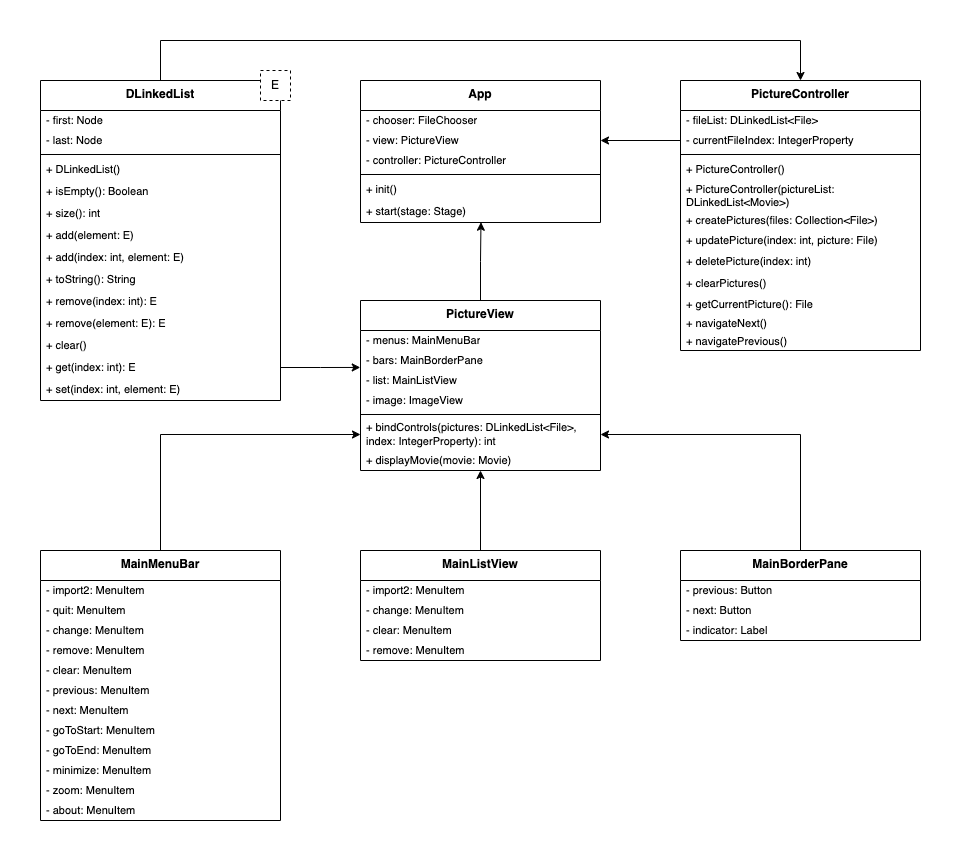
Before: assignments/hw7/diagram1.png, a diagram exported from draw.io (hanggrian/IIT-ITM510). Source tidied: cells renumbered, new cells last; positions are measured from the earlier drawing's top-left corner, leaving out a move shared by most shapes.
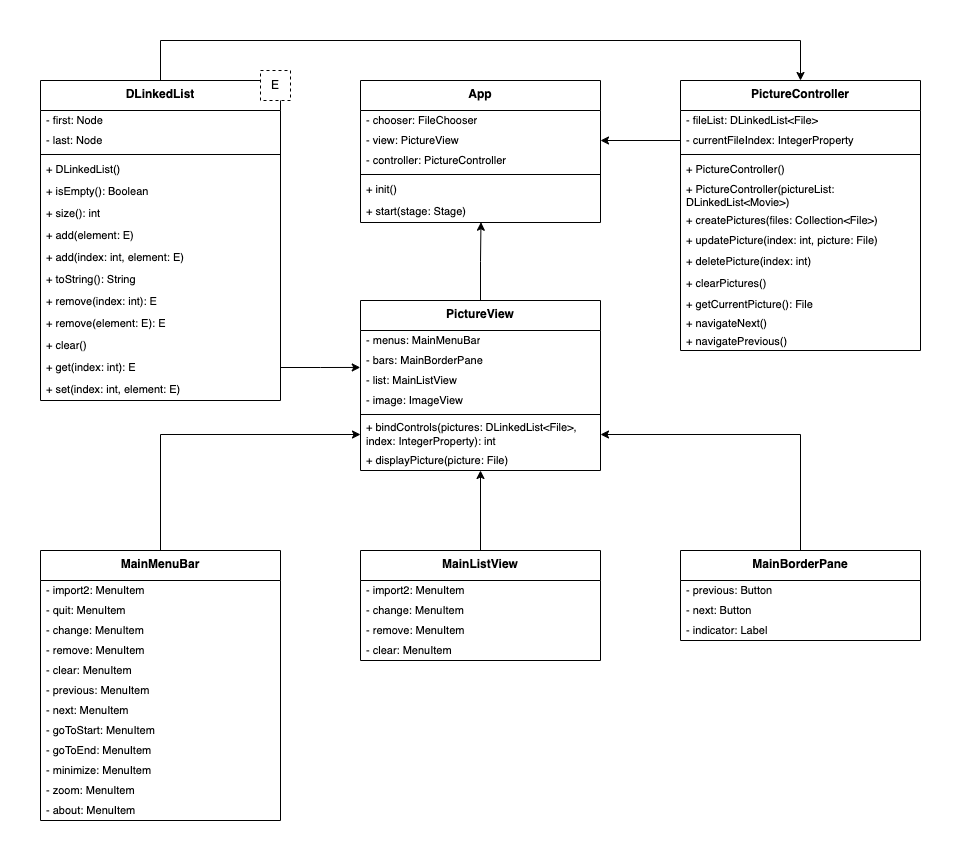
After the commit.

Commit message:
Fix function parameter names

Change to the diagram source:
```diff
@@ -62,7 +62,7 @@
     <mxCell id="21" value="+&amp;nbsp;bindControls(pictures: DLinkedList&amp;lt;File&amp;gt;, index: IntegerProperty): int" style="text;strokeColor=none;fillColor=none;align=left;verticalAlign=middle;spacingLeft=4;spacingRight=4;overflow=hidden;points=[[0,0.5],[1,0.5]];portConstraint=eastwest;whiteSpace=wrap;html=1;fontSize=11;" parent="15" vertex="1">
       <mxGeometry y="118" width="240" height="32" as="geometry" />
     </mxCell>
-    <mxCell id="22" value="+&amp;nbsp;displayMovie(movie: Movie)" style="text;strokeColor=none;fillColor=none;align=left;verticalAlign=middle;spacingLeft=4;spacingRight=4;overflow=hidden;points=[[0,0.5],[1,0.5]];portConstraint=eastwest;whiteSpace=wrap;html=1;fontSize=11;" parent="15" vertex="1">
+    <mxCell id="22" value="+&amp;nbsp;displayPicture(picture: File)" style="text;strokeColor=none;fillColor=none;align=left;verticalAlign=middle;spacingLeft=4;spacingRight=4;overflow=hidden;points=[[0,0.5],[1,0.5]];portConstraint=eastwest;whiteSpace=wrap;html=1;fontSize=11;" parent="15" vertex="1">
       <mxGeometry y="150" width="240" height="20" as="geometry" />
     </mxCell>
     <mxCell id="23" value="MainListView" style="swimlane;fontStyle=1;align=center;verticalAlign=top;horizontal=1;startSize=30;whiteSpace=wrap;html=1;" parent="1" vertex="1">
@@ -74,12 +74,12 @@
     <mxCell id="25" value="- change: MenuItem" style="text;strokeColor=none;fillColor=none;align=left;verticalAlign=middle;spacingLeft=4;spacingRight=4;overflow=hidden;whiteSpace=wrap;html=1;fontSize=11;" parent="23" vertex="1">
       <mxGeometry y="50" width="240" height="20" as="geometry" />
     </mxCell>
+    <mxCell id="27" value="- remove: MenuItem" style="text;strokeColor=none;fillColor=none;align=left;verticalAlign=middle;spacingLeft=4;spacingRight=4;overflow=hidden;whiteSpace=wrap;html=1;fontSize=11;" parent="23" vertex="1">
+      <mxGeometry y="70" width="240" height="20" as="geometry" />
+    </mxCell>
     <mxCell id="26" value="- clear: MenuItem" style="text;strokeColor=none;fillColor=none;align=left;verticalAlign=middle;spacingLeft=4;spacingRight=4;overflow=hidden;whiteSpace=wrap;html=1;fontSize=11;" parent="23" vertex="1">
-      <mxGeometry y="70" width="240" height="20" as="geometry" />
+      <mxGeometry y="90" width="240" height="20" as="geometry" />
     </mxCell>
-    <mxCell id="27" value="- remove: MenuItem" style="text;strokeColor=none;fillColor=none;align=left;verticalAlign=middle;spacingLeft=4;spacingRight=4;overflow=hidden;whiteSpace=wrap;html=1;fontSize=11;" parent="23" vertex="1">
-      <mxGeometry y="90" width="240" height="20" as="geometry" />
-    </mxCell>
     <mxCell id="28" style="edgeStyle=orthogonalEdgeStyle;rounded=0;jettySize=auto;html=1;exitX=0.5;exitY=0;exitDx=0;exitDy=0;entryX=1;entryY=0.5;entryDx=0;entryDy=0;" parent="1" edge="1" source="29" target="21">
       <mxGeometry relative="1" as="geometry" />
     </mxCell>
```
